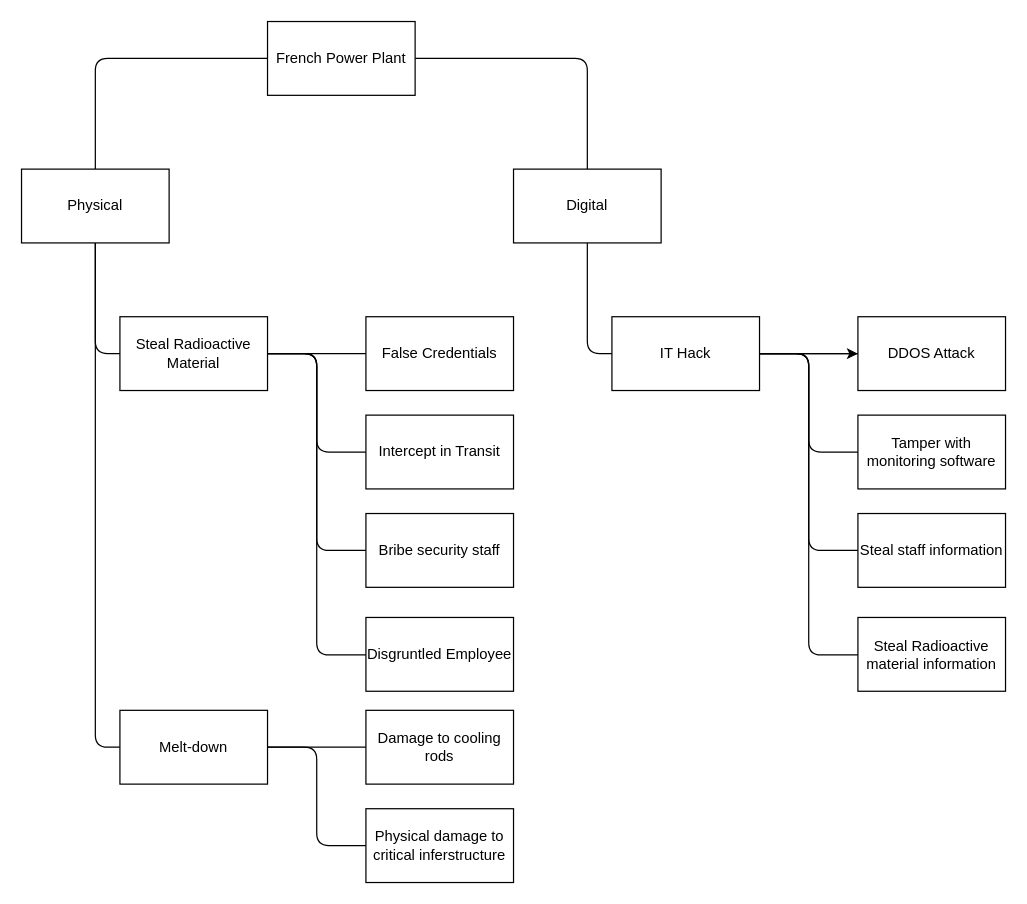
Above: SRM/ModellingExcercise/Assets/AttackTree.drawio in MCollins87/MSC_EnterpriseIT (draw.io), before the change. Source tidied: cells renumbered, new cells numbered last; positions are measured from the earlier drawing's top-left corner, leaving out a move shared by most shapes. Both pictures are drawn from the tidied source at 123%, with x=0, y=0 at pixel (21, 21).
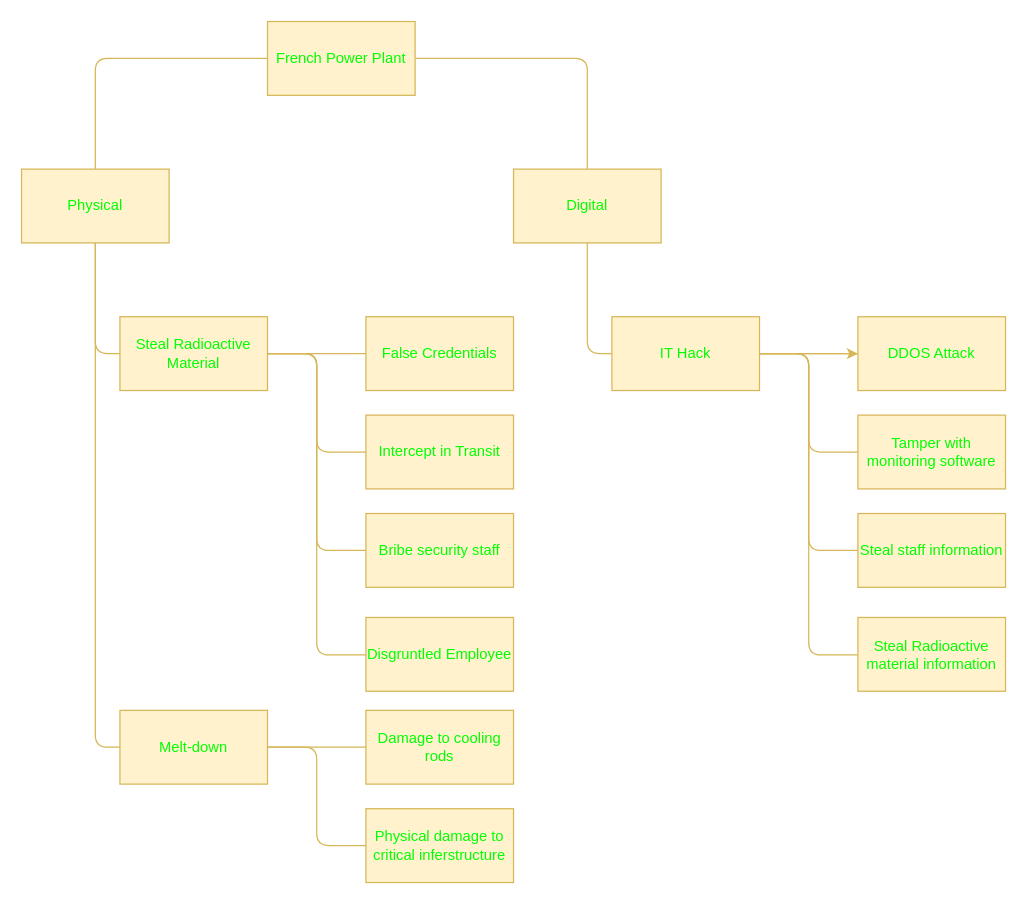
After the change.

The edit, as a diff of the source:
```diff
@@
-    <mxCell id="2" style="edgeStyle=orthogonalEdgeStyle;rounded=1;jettySize=auto;html=1;endArrow=none;endFill=0;curved=0;" parent="1" edge="1" source="4" target="7">
+    <mxCell id="2" style="edgeStyle=orthogonalEdgeStyle;rounded=1;jettySize=auto;html=1;endArrow=none;endFill=0;curved=0;strokeColor=#d6b656;fontColor=#00FF00;fillColor=#fff2cc;" parent="1" edge="1" source="4" target="7">
       <mxGeometry relative="1" as="geometry" />
     </mxCell>
-    <mxCell id="3" style="edgeStyle=orthogonalEdgeStyle;rounded=1;jettySize=auto;html=1;endArrow=none;endFill=0;curved=0;" parent="1" edge="1" source="4" target="9">
+    <mxCell id="3" style="edgeStyle=orthogonalEdgeStyle;rounded=1;jettySize=auto;html=1;endArrow=none;endFill=0;curved=0;strokeColor=#d6b656;fontColor=#00FF00;fillColor=#fff2cc;" parent="1" edge="1" source="4" target="9">
       <mxGeometry relative="1" as="geometry" />
     </mxCell>
-    <mxCell id="4" value="French Power Plant" style="rounded=0;whiteSpace=wrap;html=1;" parent="1" vertex="1">
+    <mxCell id="4" value="French Power Plant" style="rounded=0;whiteSpace=wrap;html=1;fillColor=#fff2cc;strokeColor=#d6b656;fontColor=#00FF00;" parent="1" vertex="1">
       <mxGeometry x="200" width="120" height="60" as="geometry" />
     </mxCell>
-    <mxCell id="5" style="edgeStyle=orthogonalEdgeStyle;rounded=1;jettySize=auto;html=1;exitX=0.5;exitY=1;exitDx=0;exitDy=0;entryX=0;entryY=0.5;entryDx=0;entryDy=0;endArrow=none;endFill=0;curved=0;" parent="1" edge="1" source="7" target="14">
+    <mxCell id="5" style="edgeStyle=orthogonalEdgeStyle;rounded=1;jettySize=auto;html=1;exitX=0.5;exitY=1;exitDx=0;exitDy=0;entryX=0;entryY=0.5;entryDx=0;entryDy=0;endArrow=none;endFill=0;curved=0;strokeColor=#d6b656;fontColor=#00FF00;fillColor=#fff2cc;" parent="1" edge="1" source="7" target="14">
       <mxGeometry relative="1" as="geometry" />
     </mxCell>
-    <mxCell id="6" style="edgeStyle=orthogonalEdgeStyle;rounded=1;jettySize=auto;html=1;entryX=0;entryY=0.5;entryDx=0;entryDy=0;endArrow=none;endFill=0;curved=0;" parent="1" edge="1" source="7" target="21">
+    <mxCell id="6" style="edgeStyle=orthogonalEdgeStyle;rounded=1;jettySize=auto;html=1;entryX=0;entryY=0.5;entryDx=0;entryDy=0;endArrow=none;endFill=0;curved=0;strokeColor=#d6b656;fontColor=#00FF00;fillColor=#fff2cc;" parent="1" edge="1" source="7" target="21">
       <mxGeometry relative="1" as="geometry" />
     </mxCell>
-    <mxCell id="7" value="Physical" style="rounded=0;whiteSpace=wrap;html=1;" parent="1" vertex="1">
+    <mxCell id="7" value="Physical" style="rounded=0;whiteSpace=wrap;html=1;fillColor=#fff2cc;strokeColor=#d6b656;fontColor=#00FF00;" parent="1" vertex="1">
       <mxGeometry y="120" width="120" height="60" as="geometry" />
     </mxCell>
-    <mxCell id="8" style="edgeStyle=orthogonalEdgeStyle;rounded=1;jettySize=auto;html=1;entryX=0;entryY=0.5;entryDx=0;entryDy=0;endArrow=none;endFill=0;curved=0;" parent="1" edge="1" source="9" target="29">
+    <mxCell id="8" style="edgeStyle=orthogonalEdgeStyle;rounded=1;jettySize=auto;html=1;entryX=0;entryY=0.5;entryDx=0;entryDy=0;endArrow=none;endFill=0;curved=0;strokeColor=#d6b656;fontColor=#00FF00;fillColor=#fff2cc;" parent="1" edge="1" source="9" target="29">
       <mxGeometry relative="1" as="geometry" />
     </mxCell>
-    <mxCell id="9" value="Digital" style="rounded=0;whiteSpace=wrap;html=1;" parent="1" vertex="1">
+    <mxCell id="9" value="Digital" style="rounded=0;whiteSpace=wrap;html=1;fillColor=#fff2cc;strokeColor=#d6b656;fontColor=#00FF00;" parent="1" vertex="1">
       <mxGeometry x="400" y="120" width="120" height="60" as="geometry" />
     </mxCell>
-    <mxCell id="10" style="edgeStyle=orthogonalEdgeStyle;rounded=1;jettySize=auto;html=1;endArrow=none;endFill=0;curved=0;" parent="1" edge="1" source="14" target="15">
+    <mxCell id="10" style="edgeStyle=orthogonalEdgeStyle;rounded=1;jettySize=auto;html=1;endArrow=none;endFill=0;curved=0;strokeColor=#d6b656;fontColor=#00FF00;fillColor=#fff2cc;" parent="1" edge="1" source="14" target="15">
       <mxGeometry relative="1" as="geometry" />
     </mxCell>
-    <mxCell id="11" style="edgeStyle=orthogonalEdgeStyle;rounded=1;jettySize=auto;html=1;endArrow=none;endFill=0;curved=0;" parent="1" edge="1" source="14" target="16">
+    <mxCell id="11" style="edgeStyle=orthogonalEdgeStyle;rounded=1;jettySize=auto;html=1;endArrow=none;endFill=0;curved=0;strokeColor=#d6b656;fontColor=#00FF00;fillColor=#fff2cc;" parent="1" edge="1" source="14" target="16">
       <mxGeometry relative="1" as="geometry">
         <Array as="points">
           <mxPoint x="240" y="270" />
           <mxPoint x="240" y="350" />
         </Array>
       </mxGeometry>
     </mxCell>
-    <mxCell id="12" style="edgeStyle=orthogonalEdgeStyle;rounded=1;jettySize=auto;html=1;endArrow=none;endFill=0;curved=0;" parent="1" edge="1" source="14" target="17">
+    <mxCell id="12" style="edgeStyle=orthogonalEdgeStyle;rounded=1;jettySize=auto;html=1;endArrow=none;endFill=0;curved=0;strokeColor=#d6b656;fontColor=#00FF00;fillColor=#fff2cc;" parent="1" edge="1" source="14" target="17">
       <mxGeometry relative="1" as="geometry">
         <Array as="points">
           <mxPoint x="240" y="270" />
           <mxPoint x="240" y="430" />
         </Array>
       </mxGeometry>
     </mxCell>
-    <mxCell id="13" style="edgeStyle=orthogonalEdgeStyle;rounded=1;jettySize=auto;html=1;endArrow=none;endFill=0;curved=0;" parent="1" edge="1" source="14" target="18">
+    <mxCell id="13" style="edgeStyle=orthogonalEdgeStyle;rounded=1;jettySize=auto;html=1;endArrow=none;endFill=0;curved=0;strokeColor=#d6b656;fontColor=#00FF00;fillColor=#fff2cc;" parent="1" edge="1" source="14" target="18">
       <mxGeometry relative="1" as="geometry">
         <Array as="points">
           <mxPoint x="240" y="270" />
           <mxPoint x="240" y="515" />
         </Array>
       </mxGeometry>
     </mxCell>
-    <mxCell id="14" value="Steal Radioactive Material" style="rounded=0;whiteSpace=wrap;html=1;" parent="1" vertex="1">
+    <mxCell id="14" value="Steal Radioactive Material" style="rounded=0;whiteSpace=wrap;html=1;fillColor=#fff2cc;strokeColor=#d6b656;fontColor=#00FF00;" parent="1" vertex="1">
       <mxGeometry x="80" y="240" width="120" height="60" as="geometry" />
     </mxCell>
-    <mxCell id="15" value="False Credentials" style="rounded=0;whiteSpace=wrap;html=1;" parent="1" vertex="1">
+    <mxCell id="15" value="False Credentials" style="rounded=0;whiteSpace=wrap;html=1;fillColor=#fff2cc;strokeColor=#d6b656;fontColor=#00FF00;" parent="1" vertex="1">
       <mxGeometry x="280" y="240" width="120" height="60" as="geometry" />
     </mxCell>
-    <mxCell id="16" value="Intercept in Transit" style="rounded=0;whiteSpace=wrap;html=1;" parent="1" vertex="1">
+    <mxCell id="16" value="Intercept in Transit" style="rounded=0;whiteSpace=wrap;html=1;fillColor=#fff2cc;strokeColor=#d6b656;fontColor=#00FF00;" parent="1" vertex="1">
       <mxGeometry x="280" y="320" width="120" height="60" as="geometry" />
     </mxCell>
-    <mxCell id="17" value="Bribe security staff" style="rounded=0;whiteSpace=wrap;html=1;" parent="1" vertex="1">
+    <mxCell id="17" value="Bribe security staff" style="rounded=0;whiteSpace=wrap;html=1;fillColor=#fff2cc;strokeColor=#d6b656;fontColor=#00FF00;" parent="1" vertex="1">
       <mxGeometry x="280" y="400" width="120" height="60" as="geometry" />
     </mxCell>
-    <mxCell id="18" value="Disgruntled Employee" style="rounded=0;whiteSpace=wrap;html=1;" parent="1" vertex="1">
+    <mxCell id="18" value="Disgruntled Employee" style="rounded=0;whiteSpace=wrap;html=1;fillColor=#fff2cc;strokeColor=#d6b656;fontColor=#00FF00;" parent="1" vertex="1">
       <mxGeometry x="280" y="484.5" width="120" height="60" as="geometry" />
     </mxCell>
-    <mxCell id="19" style="edgeStyle=orthogonalEdgeStyle;rounded=1;jettySize=auto;html=1;endArrow=none;endFill=0;curved=0;" parent="1" edge="1" source="21" target="22">
+    <mxCell id="19" style="edgeStyle=orthogonalEdgeStyle;rounded=1;jettySize=auto;html=1;endArrow=none;endFill=0;curved=0;strokeColor=#d6b656;fontColor=#00FF00;fillColor=#fff2cc;" parent="1" edge="1" source="21" target="22">
       <mxGeometry relative="1" as="geometry" />
     </mxCell>
-    <mxCell id="20" style="edgeStyle=orthogonalEdgeStyle;rounded=1;jettySize=auto;html=1;endArrow=none;endFill=0;curved=0;" parent="1" edge="1" source="21" target="23">
+    <mxCell id="20" style="edgeStyle=orthogonalEdgeStyle;rounded=1;jettySize=auto;html=1;endArrow=none;endFill=0;curved=0;strokeColor=#d6b656;fontColor=#00FF00;fillColor=#fff2cc;" parent="1" edge="1" source="21" target="23">
       <mxGeometry relative="1" as="geometry">
         <Array as="points">
           <mxPoint x="240" y="590" />
           <mxPoint x="240" y="670" />
         </Array>
       </mxGeometry>
     </mxCell>
-    <mxCell id="21" value="Melt-down" style="rounded=0;whiteSpace=wrap;html=1;" parent="1" vertex="1">
+    <mxCell id="21" value="Melt-down" style="rounded=0;whiteSpace=wrap;html=1;fillColor=#fff2cc;strokeColor=#d6b656;fontColor=#00FF00;" parent="1" vertex="1">
       <mxGeometry x="80" y="560" width="120" height="60" as="geometry" />
     </mxCell>
-    <mxCell id="22" value="Damage to cooling rods" style="rounded=0;whiteSpace=wrap;html=1;" parent="1" vertex="1">
+    <mxCell id="22" value="Damage to cooling rods" style="rounded=0;whiteSpace=wrap;html=1;fillColor=#fff2cc;strokeColor=#d6b656;fontColor=#00FF00;" parent="1" vertex="1">
       <mxGeometry x="280" y="560" width="120" height="60" as="geometry" />
     </mxCell>
-    <mxCell id="23" value="Physical damage to critical inferstructure" style="rounded=0;whiteSpace=wrap;html=1;" parent="1" vertex="1">
+    <mxCell id="23" value="Physical damage to critical inferstructure" style="rounded=0;whiteSpace=wrap;html=1;fillColor=#fff2cc;strokeColor=#d6b656;fontColor=#00FF00;" parent="1" vertex="1">
       <mxGeometry x="280" y="640" width="120" height="60" as="geometry" />
     </mxCell>
-    <mxCell id="24" style="edgeStyle=orthogonalEdgeStyle;rounded=0;jettySize=auto;html=1;" parent="1" edge="1" source="29" target="30">
+    <mxCell id="24" style="edgeStyle=orthogonalEdgeStyle;rounded=0;jettySize=auto;html=1;fontColor=#00FF00;fillColor=#fff2cc;strokeColor=#d6b656;" parent="1" edge="1" source="29" target="30">
       <mxGeometry relative="1" as="geometry" />
     </mxCell>
-    <mxCell id="25" style="edgeStyle=orthogonalEdgeStyle;rounded=1;jettySize=auto;html=1;endArrow=none;endFill=0;curved=0;" parent="1" edge="1" source="29" target="30">
+    <mxCell id="25" style="edgeStyle=orthogonalEdgeStyle;rounded=1;jettySize=auto;html=1;endArrow=none;endFill=0;curved=0;strokeColor=#d6b656;fontColor=#00FF00;fillColor=#fff2cc;" parent="1" edge="1" source="29" target="30">
       <mxGeometry relative="1" as="geometry" />
     </mxCell>
-    <mxCell id="26" style="edgeStyle=orthogonalEdgeStyle;rounded=1;jettySize=auto;html=1;endArrow=none;endFill=0;curved=0;" parent="1" edge="1" source="29" target="31">
+    <mxCell id="26" style="edgeStyle=orthogonalEdgeStyle;rounded=1;jettySize=auto;html=1;endArrow=none;endFill=0;curved=0;strokeColor=#d6b656;fontColor=#00FF00;fillColor=#fff2cc;" parent="1" edge="1" source="29" target="31">
       <mxGeometry relative="1" as="geometry">
         <Array as="points">
           <mxPoint x="640" y="270" />
           <mxPoint x="640" y="350" />
         </Array>
       </mxGeometry>
     </mxCell>
-    <mxCell id="27" style="edgeStyle=orthogonalEdgeStyle;rounded=1;jettySize=auto;html=1;endArrow=none;endFill=0;curved=0;" parent="1" edge="1" source="29" target="32">
+    <mxCell id="27" style="edgeStyle=orthogonalEdgeStyle;rounded=1;jettySize=auto;html=1;endArrow=none;endFill=0;curved=0;strokeColor=#d6b656;fontColor=#00FF00;fillColor=#fff2cc;" parent="1" edge="1" source="29" target="32">
       <mxGeometry relative="1" as="geometry">
         <Array as="points">
           <mxPoint x="640" y="270" />
           <mxPoint x="640" y="430" />
         </Array>
       </mxGeometry>
     </mxCell>
-    <mxCell id="28" style="edgeStyle=orthogonalEdgeStyle;rounded=1;jettySize=auto;html=1;endArrow=none;endFill=0;curved=0;" parent="1" edge="1" source="29" target="33">
+    <mxCell id="28" style="edgeStyle=orthogonalEdgeStyle;rounded=1;jettySize=auto;html=1;endArrow=none;endFill=0;curved=0;strokeColor=#d6b656;fontColor=#00FF00;fillColor=#fff2cc;" parent="1" edge="1" source="29" target="33">
       <mxGeometry relative="1" as="geometry">
         <Array as="points">
           <mxPoint x="640" y="270" />
           <mxPoint x="640" y="515" />
         </Array>
       </mxGeometry>
     </mxCell>
-    <mxCell id="29" value="IT Hack" style="rounded=0;whiteSpace=wrap;html=1;" parent="1" vertex="1">
+    <mxCell id="29" value="IT Hack" style="rounded=0;whiteSpace=wrap;html=1;fillColor=#fff2cc;strokeColor=#d6b656;fontColor=#00FF00;" parent="1" vertex="1">
       <mxGeometry x="480" y="240" width="120" height="60" as="geometry" />
     </mxCell>
-    <mxCell id="30" value="DDOS Attack" style="rounded=0;whiteSpace=wrap;html=1;" parent="1" vertex="1">
+    <mxCell id="30" value="DDOS Attack" style="rounded=0;whiteSpace=wrap;html=1;fillColor=#fff2cc;strokeColor=#d6b656;fontColor=#00FF00;" parent="1" vertex="1">
       <mxGeometry x="680" y="240" width="120" height="60" as="geometry" />
     </mxCell>
-    <mxCell id="31" value="Tamper with monitoring software" style="rounded=0;whiteSpace=wrap;html=1;" parent="1" vertex="1">
+    <mxCell id="31" value="Tamper with monitoring software" style="rounded=0;whiteSpace=wrap;html=1;fillColor=#fff2cc;strokeColor=#d6b656;fontColor=#00FF00;" parent="1" vertex="1">
       <mxGeometry x="680" y="320" width="120" height="60" as="geometry" />
     </mxCell>
-    <mxCell id="32" value="Steal staff information" style="rounded=0;whiteSpace=wrap;html=1;" parent="1" vertex="1">
+    <mxCell id="32" value="Steal staff information" style="rounded=0;whiteSpace=wrap;html=1;fillColor=#fff2cc;strokeColor=#d6b656;fontColor=#00FF00;" parent="1" vertex="1">
       <mxGeometry x="680" y="400" width="120" height="60" as="geometry" />
     </mxCell>
-    <mxCell id="33" value="Steal Radioactive material information" style="rounded=0;whiteSpace=wrap;html=1;" parent="1" vertex="1">
+    <mxCell id="33" value="Steal Radioactive material information" style="rounded=0;whiteSpace=wrap;html=1;fillColor=#fff2cc;strokeColor=#d6b656;fontColor=#00FF00;" parent="1" vertex="1">
       <mxGeometry x="680" y="484.5" width="120" height="60" as="geometry" />
     </mxCell>
```
